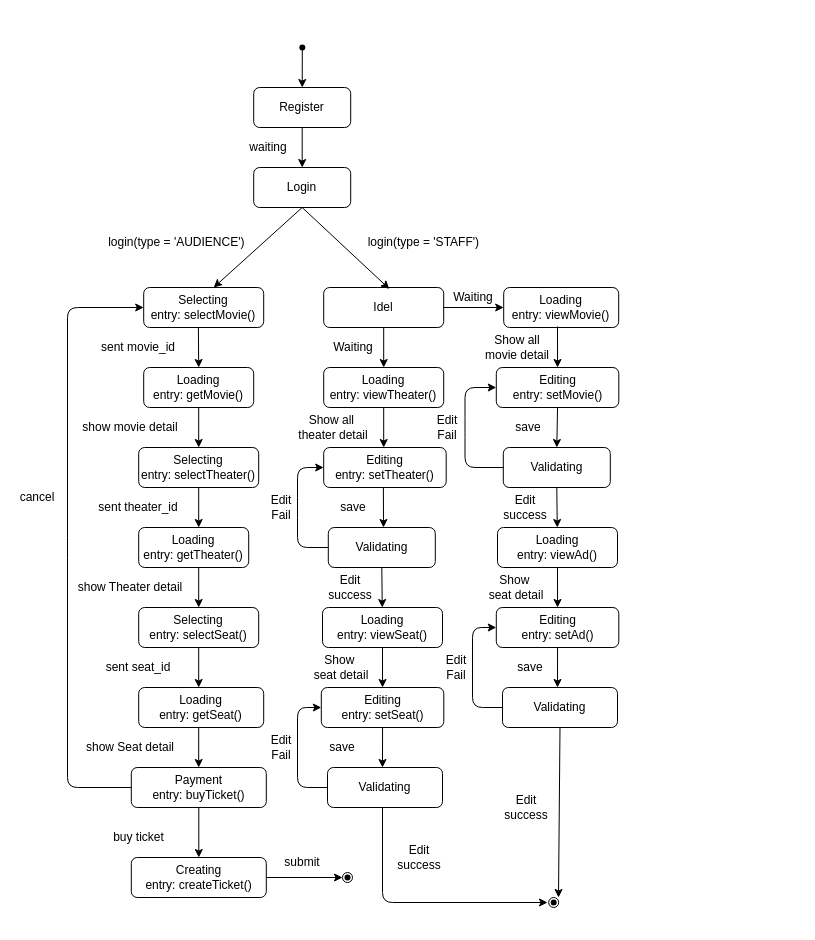
This is Untitled Diagram.drawio from WSBoos/Boos, a draw.io file, before an edit. Source tidied: cells renumbered, new cells numbered last; positions are measured from the earlier drawing's top-left corner, leaving out a move shared by most shapes. Both pictures are drawn from the tidied source at 100%, with x=0, y=0 at pixel (17, 27).
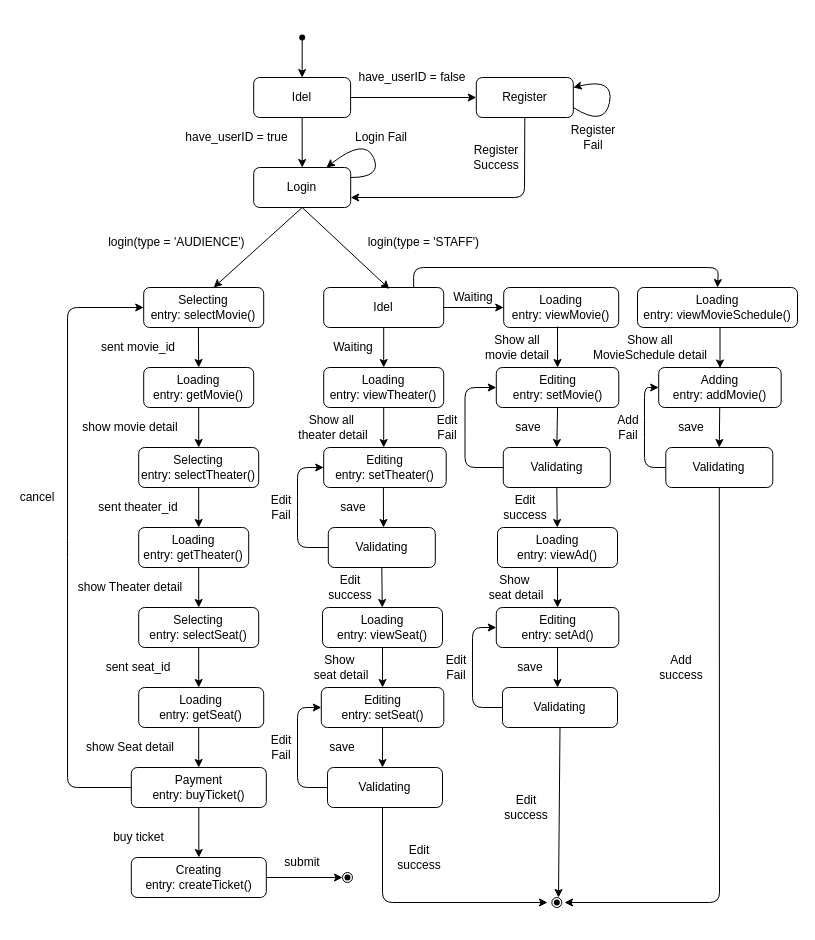
The same diagram, later.

Unchanged cells that the change refers to:
```xml
<mxCell id="5" value="Login" style="rounded=1;whiteSpace=wrap;html=1;" parent="1" vertex="1">
  <mxGeometry x="236.2" y="140" width="97" height="40" as="geometry" />
</mxCell>
<mxCell id="31" value="Idel" style="rounded=1;whiteSpace=wrap;html=1;" parent="1" vertex="1">
  <mxGeometry x="306.2" y="260" width="120" height="40" as="geometry" />
</mxCell>
```

Change to the diagram source:
```diff
@@
-    <mxCell id="2" style="shape=waypoint;sketch=0;size=6;points=[];fillColor=none;perimeter=centerPerimeter;snapToPoint=1;" parent="1" vertex="1">
-      <mxGeometry x="264.8" width="40" height="40" as="geometry" />
-    </mxCell>
-    <mxCell id="3" value="Register" style="rounded=1;whiteSpace=wrap;html=1;" parent="1" vertex="1">
-      <mxGeometry x="236.2" y="60" width="97" height="40" as="geometry" />
-    </mxCell>
-    <mxCell id="4" style="endArrow=classic;html=1;exitX=0.5;exitY=1;exitDx=0;exitDy=0;entryX=0.5;entryY=0;entryDx=0;entryDy=0;" parent="1" edge="1" source="3" target="5">
-      <mxGeometry relative="1" as="geometry" />
+    <mxCell id="4" style="endArrow=classic;html=1;startArrow=none;entryX=0.5;entryY=0;entryDx=0;entryDy=0;" parent="1" edge="1" target="91">
+      <mxGeometry relative="1" as="geometry">
+        <mxPoint x="284.7" y="10" as="sourcePoint" />
+      </mxGeometry>
     </mxCell>
@@
-    <mxCell id="12" value="waiting" style="text;html=1;strokeColor=none;fillColor=none;align=center;verticalAlign=middle;whiteSpace=wrap;rounded=0;" parent="1" vertex="1">
-      <mxGeometry x="231.2" y="110" width="40" height="20" as="geometry" />
-    </mxCell>
@@
     <mxCell id="30" style="ellipse;whiteSpace=wrap;html=1;" parent="1" vertex="1">
-      <mxGeometry x="531.2" y="870" width="10" height="10" as="geometry" />
+      <mxGeometry x="534.3" y="870" width="10" height="10" as="geometry" />
     </mxCell>
@@
-    <mxCell id="45" style="endArrow=classic;html=1;" parent="1" edge="1" source="2" target="3">
-      <mxGeometry relative="1" as="geometry" />
-    </mxCell>
@@
     <mxCell id="83" style="shape=waypoint;sketch=0;size=6;fillColor=none;perimeter=centerPerimeter;" parent="1" vertex="1">
-      <mxGeometry x="516.2" y="855" width="40" height="40" as="geometry" />
+      <mxGeometry x="519.3" y="855" width="40" height="40" as="geometry" />
     </mxCell>
@@
+    <mxCell id="3" value="Register" style="rounded=1;whiteSpace=wrap;html=1;" parent="1" vertex="1">
+      <mxGeometry x="458.8" y="50" width="97" height="40" as="geometry" />
+    </mxCell>
+    <mxCell id="2" style="shape=waypoint;sketch=0;size=6;points=[];fillColor=none;perimeter=centerPerimeter;snapToPoint=1;" parent="1" vertex="1">
+      <mxGeometry x="264.7" y="-10" width="40" height="40" as="geometry" />
+    </mxCell>
+    <mxCell id="91" value="Idel" style="rounded=1;whiteSpace=wrap;html=1;" parent="1" vertex="1">
+      <mxGeometry x="236.2" y="50" width="96.9" height="40" as="geometry" />
+    </mxCell>
+    <mxCell id="92" style="endArrow=classic;html=1;exitX=0.5;exitY=1;exitDx=0;exitDy=0;entryX=0.5;entryY=0;entryDx=0;entryDy=0;" parent="1" edge="1" source="91" target="5">
+      <mxGeometry relative="1" as="geometry" />
+    </mxCell>
+    <mxCell id="93" style="endArrow=classic;html=1;exitX=1;exitY=0.5;exitDx=0;exitDy=0;entryX=0;entryY=0.5;entryDx=0;entryDy=0;" parent="1" edge="1" source="91" target="3">
+      <mxGeometry relative="1" as="geometry" />
+    </mxCell>
+    <mxCell id="94" value="Login Fail" style="text;html=1;strokeColor=none;fillColor=none;align=center;verticalAlign=middle;whiteSpace=wrap;rounded=0;" parent="1" vertex="1">
+      <mxGeometry x="332.4" y="100" width="63.8" height="20" as="geometry" />
+    </mxCell>
+    <mxCell id="95" style="endArrow=classic;html=1;exitX=0.5;exitY=1;exitDx=0;exitDy=0;entryX=1;entryY=0.75;entryDx=0;entryDy=0;" parent="1" edge="1" source="3" target="5">
+      <mxGeometry relative="1" as="geometry">
+        <Array as="points">
+          <mxPoint x="507" y="170" />
+        </Array>
+      </mxGeometry>
+    </mxCell>
+    <mxCell id="96" value="Register&lt;br&gt;Fail" style="text;html=1;strokeColor=none;fillColor=none;align=center;verticalAlign=middle;whiteSpace=wrap;rounded=0;" parent="1" vertex="1">
+      <mxGeometry x="556.2" y="100" width="40" height="20" as="geometry" />
+    </mxCell>
+    <mxCell id="97" value="Register&lt;br&gt;Success" style="text;html=1;strokeColor=none;fillColor=none;align=center;verticalAlign=middle;whiteSpace=wrap;rounded=0;" parent="1" vertex="1">
+      <mxGeometry x="458.8" y="120" width="40" height="20" as="geometry" />
+    </mxCell>
+    <mxCell id="98" value="have_userID = true" style="text;html=1;strokeColor=none;fillColor=none;align=center;verticalAlign=middle;whiteSpace=wrap;rounded=0;" parent="1" vertex="1">
+      <mxGeometry x="161.6" y="100" width="114.7" height="20" as="geometry" />
+    </mxCell>
+    <mxCell id="99" value="have_userID = false" style="text;html=1;strokeColor=none;fillColor=none;align=center;verticalAlign=middle;whiteSpace=wrap;rounded=0;" parent="1" vertex="1">
+      <mxGeometry x="340" y="40" width="110" height="20" as="geometry" />
+    </mxCell>
+    <mxCell id="100" value="&lt;span&gt;Loading&lt;/span&gt;&lt;br&gt;&lt;span&gt;entry: viewMovieSchedule()&lt;/span&gt;" style="rounded=1;whiteSpace=wrap;html=1;" parent="1" vertex="1">
+      <mxGeometry x="620" y="260" width="160" height="40" as="geometry" />
+    </mxCell>
+    <mxCell id="101" style="endArrow=classic;html=1;exitX=0.75;exitY=0;exitDx=0;exitDy=0;entryX=0.5;entryY=0;entryDx=0;entryDy=0;" parent="1" edge="1" source="31" target="100">
+      <mxGeometry relative="1" as="geometry">
+        <Array as="points">
+          <mxPoint x="396" y="240" />
+          <mxPoint x="701" y="240" />
+        </Array>
+      </mxGeometry>
+    </mxCell>
+    <mxCell id="102" value="Show all MovieSchedule&amp;nbsp;detail" style="text;html=1;strokeColor=none;fillColor=none;align=center;verticalAlign=middle;whiteSpace=wrap;rounded=0;" parent="1" vertex="1">
+      <mxGeometry x="569.5" y="310" width="125.5" height="20" as="geometry" />
+    </mxCell>
+    <mxCell id="103" value="Adding&lt;br&gt;entry: addMovie()" style="rounded=1;whiteSpace=wrap;html=1;" parent="1" vertex="1">
+      <mxGeometry x="641.2" y="340" width="122.5" height="40" as="geometry" />
+    </mxCell>
+    <mxCell id="104" style="endArrow=classic;html=1;entryX=0.5;entryY=0;entryDx=0;entryDy=0;" parent="1" edge="1" source="103" target="106">
+      <mxGeometry relative="1" as="geometry" />
+    </mxCell>
+    <mxCell id="105" value="save" style="text;html=1;strokeColor=none;fillColor=none;align=center;verticalAlign=middle;whiteSpace=wrap;rounded=0;" parent="1" vertex="1">
+      <mxGeometry x="653.8" y="390" width="40" height="20" as="geometry" />
+    </mxCell>
+    <mxCell id="106" value="Validating" style="rounded=1;whiteSpace=wrap;html=1;" parent="1" vertex="1">
+      <mxGeometry x="648.3" y="420" width="107" height="40" as="geometry" />
+    </mxCell>
+    <mxCell id="107" style="endArrow=classic;html=1;exitX=0.5;exitY=1;exitDx=0;exitDy=0;" parent="1" edge="1" source="106">
+      <mxGeometry relative="1" as="geometry">
+        <mxPoint x="547" y="875" as="targetPoint" />
+        <Array as="points">
+          <mxPoint x="702" y="875" />
+        </Array>
+      </mxGeometry>
+    </mxCell>
+    <mxCell id="108" style="endArrow=classic;html=1;exitX=0;exitY=0.5;exitDx=0;exitDy=0;entryX=0;entryY=0.5;entryDx=0;entryDy=0;" parent="1" edge="1" source="106" target="103">
+      <mxGeometry relative="1" as="geometry">
+        <Array as="points">
+          <mxPoint x="627" y="440" />
+          <mxPoint x="627" y="400" />
+          <mxPoint x="627" y="360" />
+        </Array>
+      </mxGeometry>
+    </mxCell>
+    <mxCell id="109" value="Add success" style="text;html=1;strokeColor=none;fillColor=none;align=center;verticalAlign=middle;whiteSpace=wrap;rounded=0;" parent="1" vertex="1">
+      <mxGeometry x="641.2" y="630" width="46.2" height="20" as="geometry" />
+    </mxCell>
+    <mxCell id="110" style="endArrow=classic;html=1;entryX=0.5;entryY=0;entryDx=0;entryDy=0;" parent="1" edge="1">
+      <mxGeometry relative="1" as="geometry">
+        <mxPoint x="702.5" y="299.5" as="sourcePoint" />
+        <mxPoint x="702.5" y="340.5" as="targetPoint" />
+      </mxGeometry>
+    </mxCell>
+    <mxCell id="111" value="Add&lt;br&gt;Fail" style="text;html=1;strokeColor=none;fillColor=none;align=center;verticalAlign=middle;whiteSpace=wrap;rounded=0;" parent="1" vertex="1">
+      <mxGeometry x="596.2" y="390" width="30" height="20" as="geometry" />
+    </mxCell>
+    <mxCell id="112" style="curved=1;endArrow=classic;html=1;exitX=1;exitY=0.75;exitDx=0;exitDy=0;entryX=1;entryY=0.25;entryDx=0;entryDy=0;" parent="1" edge="1" source="3" target="3">
+      <mxGeometry relative="1" as="geometry">
+        <Array as="points">
+          <mxPoint x="587" y="100" />
+          <mxPoint x="597" y="50" />
+        </Array>
+      </mxGeometry>
+    </mxCell>
+    <mxCell id="113" style="curved=1;endArrow=classic;html=1;exitX=1;exitY=0.75;exitDx=0;exitDy=0;entryX=0.75;entryY=0;entryDx=0;entryDy=0;" parent="1" edge="1" target="5">
+      <mxGeometry relative="1" as="geometry">
+        <mxPoint x="333.3" y="150" as="sourcePoint" />
+        <Array as="points">
+          <mxPoint x="365" y="150" />
+          <mxPoint x="347" y="110" />
+        </Array>
+      </mxGeometry>
+    </mxCell>
```
